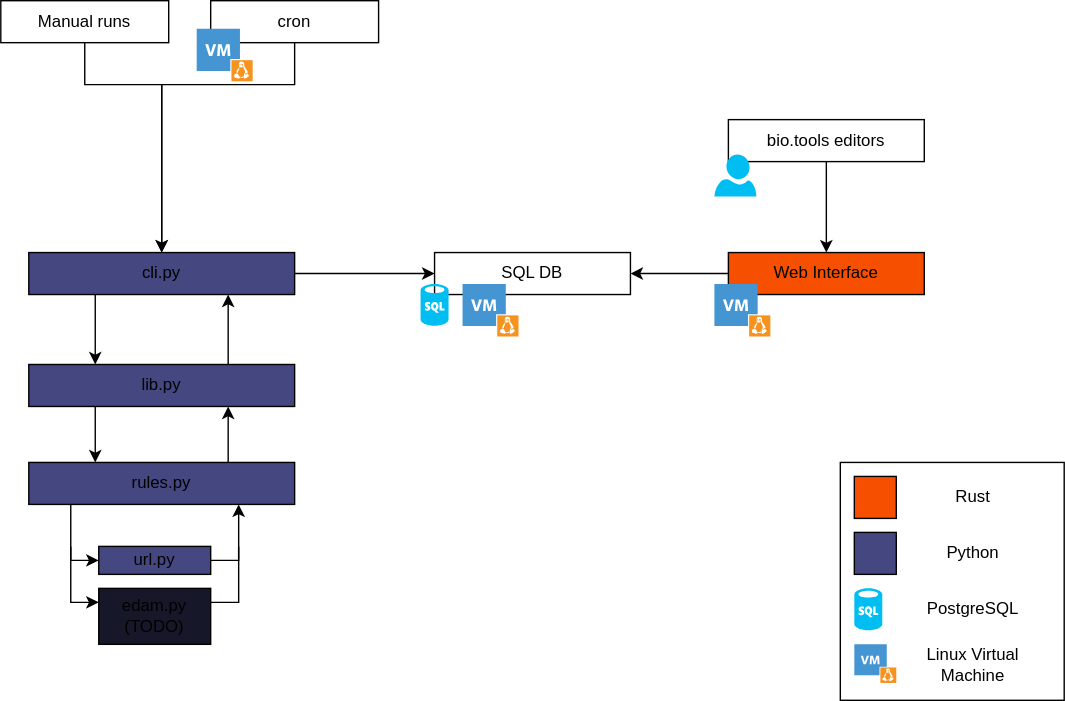
3top1a/biotools-linter keeps this draw.io diagram as architecture.drawio.svg. Above is the earlier version. Source tidied: cells renumbered, new cells last; positions are measured from the earlier drawing's top-left corner, leaving out a move shared by most shapes.
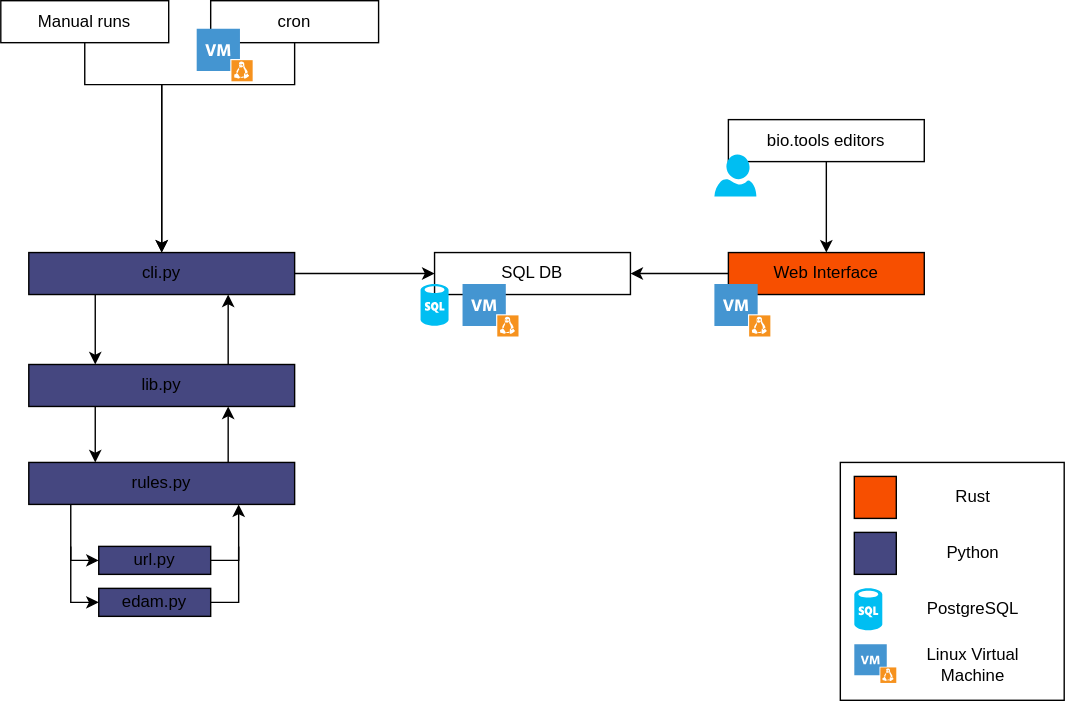
Later version of the same file.

What changed in the source:
```diff
@@ -41,8 +41,8 @@
     <mxCell id="9" value="url.py" style="rounded=0;whiteSpace=wrap;html=1;labelBorderColor=none;fillStyle=auto;fillColor=#454780;" parent="1" vertex="1">
       <mxGeometry x="70" y="390" width="80" height="20" as="geometry" />
     </mxCell>
-    <mxCell id="10" value="edam.py&lt;br&gt;(TODO)" style="rounded=0;whiteSpace=wrap;html=1;labelBorderColor=none;fillStyle=auto;fillColor=#161729;" parent="1" vertex="1">
-      <mxGeometry x="70" y="420" width="80" height="40" as="geometry" />
+    <mxCell id="10" value="edam.py" style="rounded=0;whiteSpace=wrap;html=1;labelBorderColor=none;fillStyle=auto;fillColor=#454780;" parent="1" vertex="1">
+      <mxGeometry x="70" y="420" width="80" height="20" as="geometry" />
     </mxCell>
     <mxCell id="11" style="edgeStyle=none;html=1;entryX=0;entryY=0.5;entryDx=0;entryDy=0;rounded=0;" parent="1" edge="1">
       <mxGeometry relative="1" as="geometry">
```
